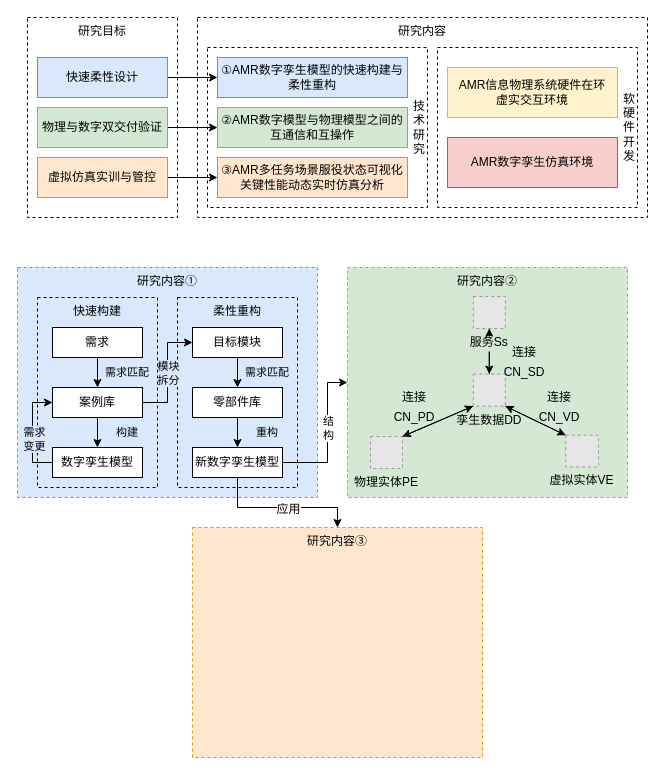
lilingkang/drawio-files keeps this draw.io diagram as 开题报告.drawio. Above is the earlier version. Source tidied: cells renumbered, new cells numbered last; positions are measured from the earlier drawing's top-left corner, leaving out a move shared by most shapes. Both pictures are drawn from the tidied source at 100%, with x=0, y=0 at pixel (17, 17). Pictures stored in the file or linked from it are replaced by grey dashed boxes.
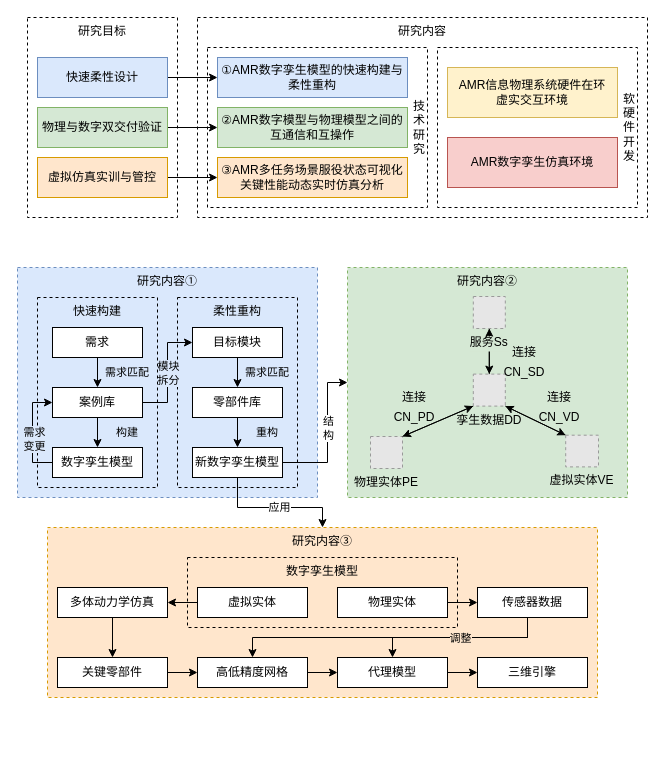
The same page after the edit.

Commit message:
更新开题报告.drawio

Unchanged cells that the change refers to:
```xml
<mxCell id="39" value="新数字孪生模型" style="rounded=0;whiteSpace=wrap;html=1;fontFamily=Helvetica;fontSize=12;fillColor=default;" parent="1" vertex="1">
  <mxGeometry x="175" y="430" width="90" height="30" as="geometry" />
</mxCell>
```

Diff of the diagram source:
```diff
@@
-    <mxCell id="37" style="edgeStyle=orthogonalEdgeStyle;rounded=0;jettySize=auto;html=1;entryX=0.5;entryY=0;entryDx=0;entryDy=0;fontFamily=Helvetica;fontSize=12;" parent="1" edge="1" source="39" target="57">
+    <mxCell id="37" style="edgeStyle=orthogonalEdgeStyle;rounded=0;jettySize=auto;html=1;entryX=0.5;entryY=0;entryDx=0;entryDy=0;" parent="1" edge="1" source="39" target="57">
       <mxGeometry relative="1" as="geometry">
         <Array as="points">
           <mxPoint x="220" y="490" />
-          <mxPoint x="320" y="490" />
+          <mxPoint x="305" y="490" />
         </Array>
       </mxGeometry>
     </mxCell>
-    <mxCell id="38" value="应用" style="edgeLabel;html=1;align=center;verticalAlign=middle;fontSize=12;fontFamily=Helvetica;" parent="37" vertex="1">
-      <mxGeometry x="0.17" y="-1" relative="1" as="geometry">
-        <mxPoint x="-8" as="offset" />
+    <mxCell id="38" value="应用" style="edgeLabel;html=1;align=center;verticalAlign=middle;" parent="37" vertex="1">
+      <mxGeometry x="0.24" y="1" relative="1" as="geometry">
+        <mxPoint x="-13" as="offset" />
       </mxGeometry>
     </mxCell>
@@
     <mxCell id="57" value="研究内容③" style="rounded=0;whiteSpace=wrap;html=1;dashed=1;fontFamily=Helvetica;fontSize=12;fillColor=#ffe6cc;verticalAlign=top;strokeColor=#d79b00;" parent="1" vertex="1">
-      <mxGeometry x="175" y="510" width="290" height="230" as="geometry" />
+      <mxGeometry x="30" y="510" width="550" height="170" as="geometry" />
     </mxCell>
+    <mxCell id="58" value="数字孪生模型" style="rounded=0;whiteSpace=wrap;html=1;fillColor=none;dashed=1;verticalAlign=top;" parent="1" vertex="1">
+      <mxGeometry x="170" y="540" width="270" height="70" as="geometry" />
+    </mxCell>
+    <mxCell id="59" style="edgeStyle=orthogonalEdgeStyle;rounded=0;jettySize=auto;html=1;" parent="1" edge="1" source="60" target="64">
+      <mxGeometry relative="1" as="geometry" />
+    </mxCell>
+    <mxCell id="60" value="虚拟实体" style="rounded=0;whiteSpace=wrap;html=1;" parent="1" vertex="1">
+      <mxGeometry x="180" y="570" width="110" height="30" as="geometry" />
+    </mxCell>
+    <mxCell id="61" style="edgeStyle=orthogonalEdgeStyle;rounded=0;jettySize=auto;html=1;" parent="1" edge="1" source="62" target="75">
+      <mxGeometry relative="1" as="geometry" />
+    </mxCell>
+    <mxCell id="62" value="物理实体" style="rounded=0;whiteSpace=wrap;html=1;" parent="1" vertex="1">
+      <mxGeometry x="320" y="570" width="110" height="30" as="geometry" />
+    </mxCell>
+    <mxCell id="63" style="edgeStyle=orthogonalEdgeStyle;rounded=0;jettySize=auto;html=1;" parent="1" edge="1" source="64" target="66">
+      <mxGeometry relative="1" as="geometry" />
+    </mxCell>
+    <mxCell id="64" value="多体动力学仿真" style="whiteSpace=wrap;html=1;rounded=0;" parent="1" vertex="1">
+      <mxGeometry x="40" y="570" width="110" height="30" as="geometry" />
+    </mxCell>
+    <mxCell id="65" style="edgeStyle=orthogonalEdgeStyle;rounded=0;jettySize=auto;html=1;" parent="1" edge="1" source="66" target="68">
+      <mxGeometry relative="1" as="geometry" />
+    </mxCell>
+    <mxCell id="66" value="关键零部件" style="whiteSpace=wrap;html=1;rounded=0;" parent="1" vertex="1">
+      <mxGeometry x="40" y="640" width="110" height="30" as="geometry" />
+    </mxCell>
+    <mxCell id="67" style="edgeStyle=orthogonalEdgeStyle;rounded=0;jettySize=auto;html=1;" parent="1" edge="1" source="68" target="70">
+      <mxGeometry relative="1" as="geometry" />
+    </mxCell>
+    <mxCell id="68" value="高低精度网格" style="whiteSpace=wrap;html=1;rounded=0;" parent="1" vertex="1">
+      <mxGeometry x="180" y="640" width="110" height="30" as="geometry" />
+    </mxCell>
+    <mxCell id="69" style="edgeStyle=orthogonalEdgeStyle;rounded=0;jettySize=auto;html=1;" parent="1" edge="1" source="70" target="71">
+      <mxGeometry relative="1" as="geometry" />
+    </mxCell>
+    <mxCell id="70" value="代理模型" style="whiteSpace=wrap;html=1;rounded=0;" parent="1" vertex="1">
+      <mxGeometry x="320" y="640" width="110" height="30" as="geometry" />
+    </mxCell>
+    <mxCell id="71" value="三维引擎" style="whiteSpace=wrap;html=1;rounded=0;" parent="1" vertex="1">
+      <mxGeometry x="460" y="640" width="110" height="30" as="geometry" />
+    </mxCell>
+    <mxCell id="72" style="edgeStyle=orthogonalEdgeStyle;rounded=0;jettySize=auto;html=1;entryX=0.5;entryY=0;entryDx=0;entryDy=0;" parent="1" edge="1" source="75" target="68">
+      <mxGeometry relative="1" as="geometry">
+        <Array as="points">
+          <mxPoint x="510" y="620" />
+          <mxPoint x="235" y="620" />
+        </Array>
+      </mxGeometry>
+    </mxCell>
+    <mxCell id="73" style="edgeStyle=orthogonalEdgeStyle;rounded=0;jettySize=auto;html=1;entryX=0.5;entryY=0;entryDx=0;entryDy=0;" parent="1" edge="1" source="75" target="70">
+      <mxGeometry relative="1" as="geometry">
+        <Array as="points">
+          <mxPoint x="510" y="620" />
+          <mxPoint x="375" y="620" />
+        </Array>
+      </mxGeometry>
+    </mxCell>
+    <mxCell id="74" value="调整" style="edgeLabel;html=1;align=center;verticalAlign=middle;labelBackgroundColor=#fee6cd;" parent="73" vertex="1">
+      <mxGeometry relative="1" as="geometry" />
+    </mxCell>
+    <mxCell id="75" value="传感器数据" style="rounded=0;whiteSpace=wrap;html=1;" parent="1" vertex="1">
+      <mxGeometry x="460" y="570" width="110" height="30" as="geometry" />
+    </mxCell>
```
